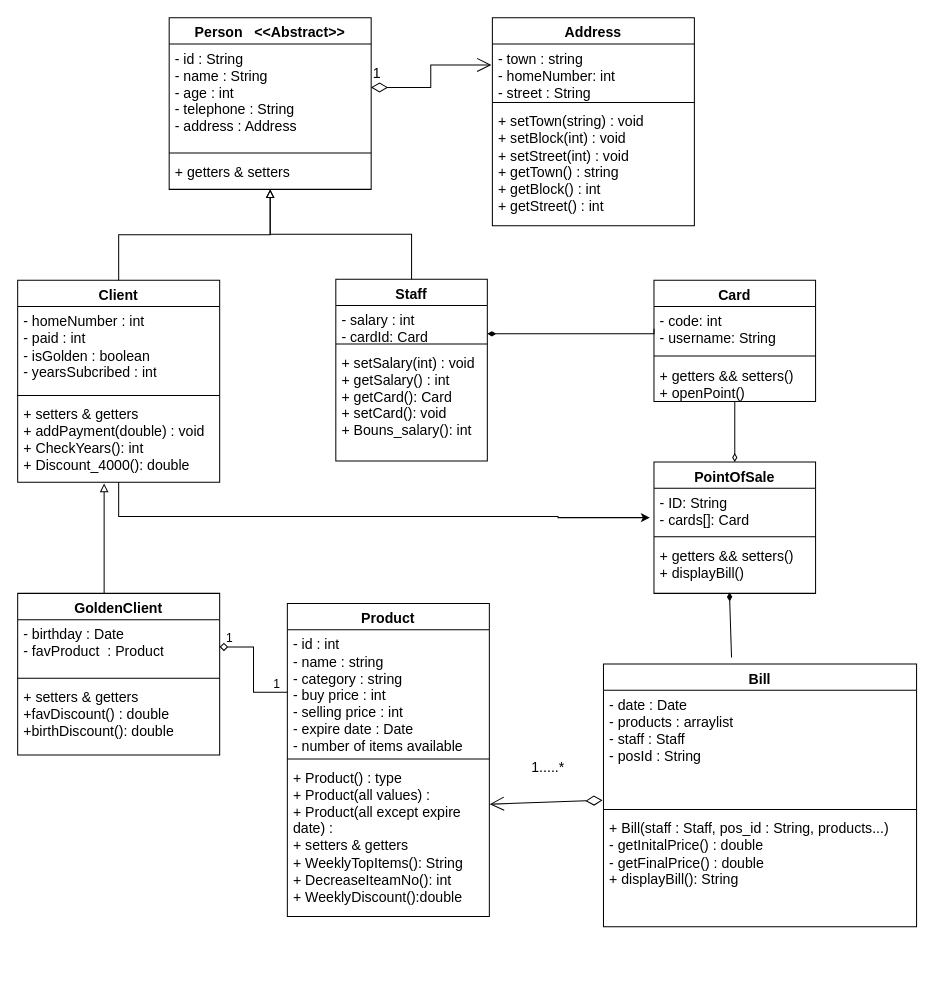
Earlier version of the draw.io diagram UML/supermarket-uml.drawio (DiaaAhmedHassan/SuperMarketSystem). Source tidied: cells renumbered, new cells numbered last; positions are measured from the earlier drawing's top-left corner, leaving out a move shared by most shapes. Both pictures are drawn from the tidied source at 101%, with x=0, y=0 at pixel (17, 17).
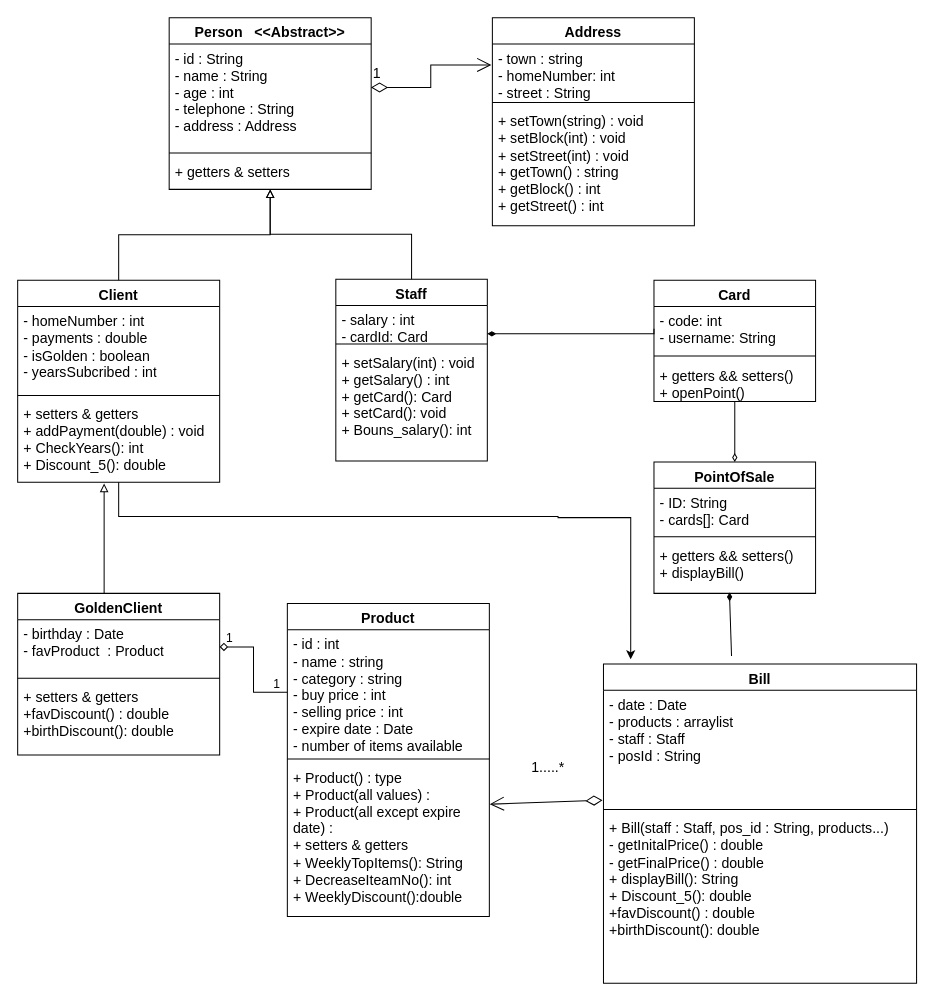
The same page after the edit.

Unchanged cells that the change refers to:
```xml
<mxCell id="6" value="Client" style="swimlane;fontStyle=1;align=center;verticalAlign=top;horizontal=1;startSize=26;whiteSpace=wrap;html=1;labelBackgroundColor=none;fontSize=14;" parent="1" vertex="1">
  <mxGeometry y="260" width="200" height="200" as="geometry" />
</mxCell>
```

Diff of the diagram source:
```diff
@@
-    <mxCell id="7" value="- homeNumber : int&lt;br style=&quot;font-size: 14px;&quot;&gt;- paid : int&lt;br style=&quot;font-size: 14px;&quot;&gt;- isGolden : boolean&lt;br style=&quot;font-size: 14px;&quot;&gt;- yearsSubcribed : int" style="text;strokeColor=none;fillColor=none;align=left;verticalAlign=top;spacingLeft=4;spacingRight=4;overflow=hidden;whiteSpace=wrap;html=1;labelBackgroundColor=none;horizontal=1;fontSize=14;" parent="6" vertex="1">
+    <mxCell id="7" value="- homeNumber : int&lt;br style=&quot;font-size: 14px;&quot;&gt;- payments : double&lt;br style=&quot;font-size: 14px;&quot;&gt;- isGolden : boolean&lt;br style=&quot;font-size: 14px;&quot;&gt;- yearsSubcribed : int" style="text;strokeColor=none;fillColor=none;align=left;verticalAlign=top;spacingLeft=4;spacingRight=4;overflow=hidden;whiteSpace=wrap;html=1;labelBackgroundColor=none;horizontal=1;fontSize=14;" parent="6" vertex="1">
       <mxGeometry y="26" width="200" height="84" as="geometry" />
     </mxCell>
@@
-    <mxCell id="9" value="+ setters &amp;amp; getters&lt;br style=&quot;font-size: 14px;&quot;&gt;+ addPayment(double) : void&lt;br style=&quot;font-size: 14px;&quot;&gt;+ CheckYears(): int&lt;br style=&quot;font-size: 14px;&quot;&gt;+ Discount_4000(): double" style="text;strokeColor=none;fillColor=none;align=left;verticalAlign=top;spacingLeft=4;spacingRight=4;overflow=hidden;points=[[0,0.5],[1,0.5]];portConstraint=eastwest;whiteSpace=wrap;html=1;labelBackgroundColor=none;horizontal=1;fontSize=14;" parent="6" vertex="1">
+    <mxCell id="9" value="+ setters &amp;amp; getters&lt;br style=&quot;font-size: 14px;&quot;&gt;+ addPayment(double) : void&lt;br style=&quot;font-size: 14px;&quot;&gt;+ CheckYears(): int&lt;br style=&quot;font-size: 14px;&quot;&gt;+ Discount_5(): double" style="text;strokeColor=none;fillColor=none;align=left;verticalAlign=top;spacingLeft=4;spacingRight=4;overflow=hidden;points=[[0,0.5],[1,0.5]];portConstraint=eastwest;whiteSpace=wrap;html=1;labelBackgroundColor=none;horizontal=1;fontSize=14;" parent="6" vertex="1">
       <mxGeometry y="118" width="200" height="82" as="geometry" />
     </mxCell>
@@
     <mxCell id="19" value="Bill" style="swimlane;fontStyle=1;align=center;verticalAlign=top;horizontal=1;startSize=26;whiteSpace=wrap;html=1;labelBackgroundColor=none;fontSize=14;" parent="1" vertex="1">
-      <mxGeometry x="580" y="640" width="310" height="260" as="geometry" />
+      <mxGeometry x="580" y="640" width="310" height="316" as="geometry" />
     </mxCell>
@@
-    <mxCell id="22" value="+ Bill(staff : Staff, pos_id : String, products...)&amp;nbsp;&lt;br style=&quot;font-size: 14px;&quot;&gt;- getInitalPrice() : double&lt;br&gt;- getFinalPrice() : double&lt;br&gt;+ displayBill(): String" style="text;strokeColor=none;fillColor=none;align=left;verticalAlign=top;spacingLeft=4;spacingRight=4;overflow=hidden;whiteSpace=wrap;html=1;labelBackgroundColor=none;horizontal=1;fontSize=14;" parent="19" vertex="1">
-      <mxGeometry y="148" width="310" height="112" as="geometry" />
+    <mxCell id="22" value="+ Bill(staff : Staff, pos_id : String, products...)&amp;nbsp;&lt;br style=&quot;font-size: 14px;&quot;&gt;- getInitalPrice() : double&lt;br&gt;- getFinalPrice() : double&lt;br&gt;+ displayBill(): String&lt;br&gt;+ Discount_5(): double&lt;br&gt;+favDiscount() : double&lt;br&gt;+birthDiscount(): double" style="text;strokeColor=none;fillColor=none;align=left;verticalAlign=top;spacingLeft=4;spacingRight=4;overflow=hidden;whiteSpace=wrap;html=1;labelBackgroundColor=none;horizontal=1;fontSize=14;" parent="19" vertex="1">
+      <mxGeometry y="148" width="310" height="168" as="geometry" />
     </mxCell>
@@
-    <mxCell id="49" style="edgeStyle=orthogonalEdgeStyle;rounded=0;jettySize=auto;html=1;" parent="1" edge="1" source="9">
+    <mxCell id="49" style="edgeStyle=orthogonalEdgeStyle;rounded=0;jettySize=auto;html=1;entryX=0.087;entryY=-0.015;entryDx=0;entryDy=0;entryPerimeter=0;" parent="1" edge="1" source="9" target="19">
       <mxGeometry relative="1" as="geometry">
-        <mxPoint x="626" y="495" as="targetPoint" />
         <Array as="points">
           <mxPoint x="100" y="494" />
           <mxPoint x="535" y="494" />
-          <mxPoint x="628" y="495" />
+          <mxPoint x="607" y="495" />
         </Array>
       </mxGeometry>
     </mxCell>
```
